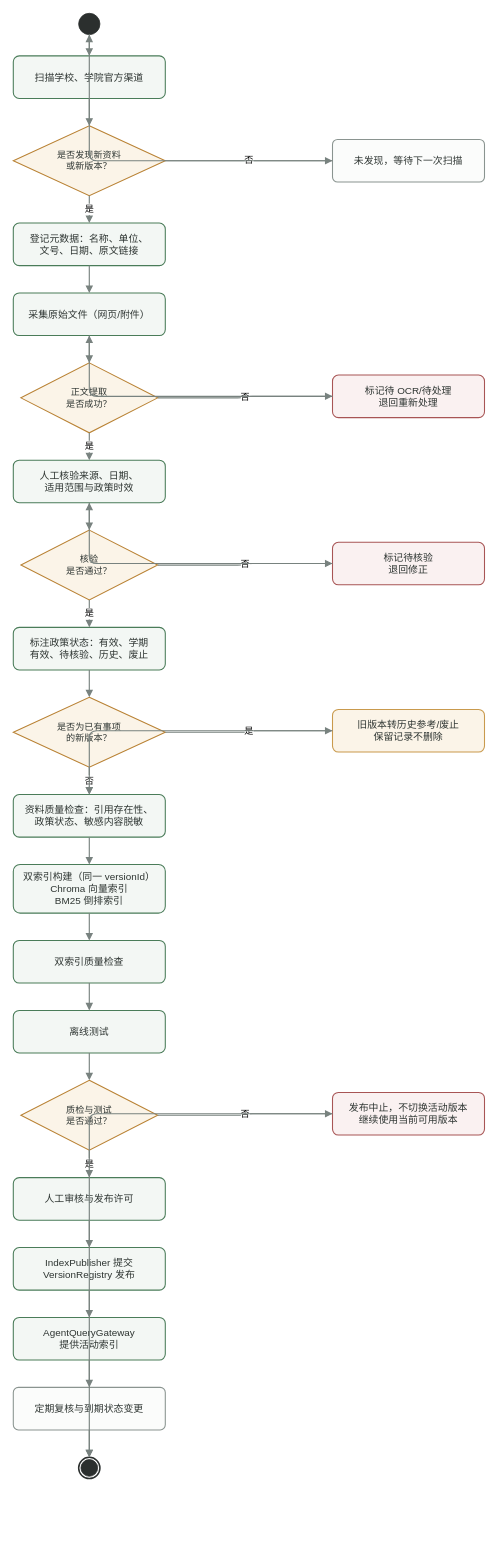
The draw.io diagram docs/assignment-02/system-design/diagrams/business-process/知识库维护业务流程_v1.drawio in yz-Yezi-Genm/CodeMind-FZU, before the edit. Source tidied: cells renumbered, new cells numbered last; positions are measured from the earlier drawing's top-left corner, leaving out a move shared by most shapes. Both pictures are drawn from the tidied source at 76%, with x=0, y=0 at pixel (13, 13).
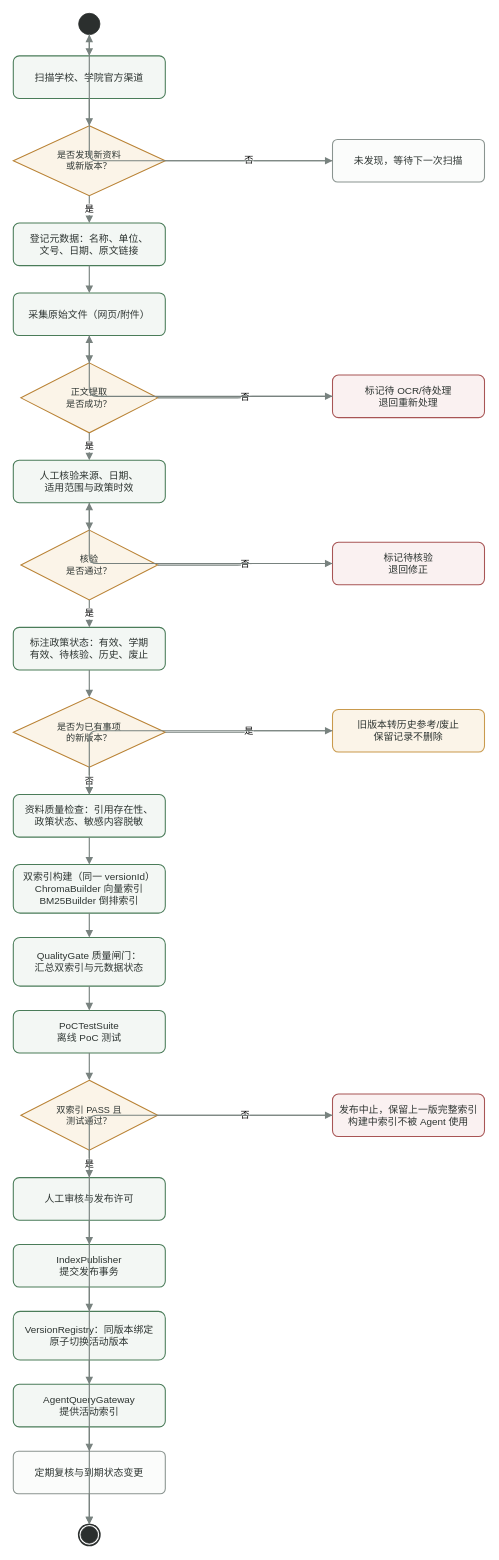
The same page after the edit.

Unchanged cells that the change refers to:
```xml
<mxCell id="22" value="人工审核与发布许可" style="rounded=1;whiteSpace=wrap;html=1;arcSize=14;fillColor=#f3f7f4;strokeColor=#4a7c59;fontColor=#2e3532;fontSize=13;strokeWidth=1.4;" parent="1" vertex="1">
  <mxGeometry y="1532" width="200" height="56" as="geometry" />
</mxCell>
```

Change to the diagram source:
```diff
@@
-    <mxCell id="17" value="双索引构建（同一 versionId）&#10;Chroma 向量索引&#10;BM25 倒排索引" style="rounded=1;whiteSpace=wrap;html=1;arcSize=14;fillColor=#f3f7f4;strokeColor=#4a7c59;fontColor=#2e3532;fontSize=13;strokeWidth=1.4;" parent="1" vertex="1">
+    <mxCell id="17" value="双索引构建（同一 versionId）&#10;ChromaBuilder 向量索引&#10;BM25Builder 倒排索引" style="rounded=1;whiteSpace=wrap;html=1;arcSize=14;fillColor=#f3f7f4;strokeColor=#4a7c59;fontColor=#2e3532;fontSize=13;strokeWidth=1.4;" parent="1" vertex="1">
       <mxGeometry y="1120" width="200" height="64" as="geometry" />
     </mxCell>
-    <mxCell id="18" value="双索引质量检查" style="rounded=1;whiteSpace=wrap;html=1;arcSize=14;fillColor=#f3f7f4;strokeColor=#4a7c59;fontColor=#2e3532;fontSize=13;strokeWidth=1.4;" parent="1" vertex="1">
-      <mxGeometry y="1220" width="200" height="56" as="geometry" />
-    </mxCell>
-    <mxCell id="19" value="离线测试" style="rounded=1;whiteSpace=wrap;html=1;arcSize=14;fillColor=#f3f7f4;strokeColor=#4a7c59;fontColor=#2e3532;fontSize=13;strokeWidth=1.4;" parent="1" vertex="1">
-      <mxGeometry y="1312" width="200" height="56" as="geometry" />
-    </mxCell>
-    <mxCell id="20" value="质检与测试&#10;是否通过？" style="rhombus;whiteSpace=wrap;html=1;fillColor=#fbf4e8;strokeColor=#b98234;fontColor=#2e3532;fontSize=12;strokeWidth=1.4;" parent="1" vertex="1">
-      <mxGeometry x="10" y="1404" width="180" height="92" as="geometry" />
-    </mxCell>
+    <mxCell id="57" value="QualityGate 质量闸门：&#10;汇总双索引与元数据状态" style="rounded=1;whiteSpace=wrap;html=1;arcSize=14;fillColor=#f3f7f4;strokeColor=#4a7c59;fontColor=#2e3532;fontSize=13;strokeWidth=1.4;" parent="1" vertex="1">
+      <mxGeometry y="1216" width="200" height="64" as="geometry" />
+    </mxCell>
+    <mxCell id="58" value="PoCTestSuite&#10;离线 PoC 测试" style="rounded=1;whiteSpace=wrap;html=1;arcSize=14;fillColor=#f3f7f4;strokeColor=#4a7c59;fontColor=#2e3532;fontSize=13;strokeWidth=1.4;" parent="1" vertex="1">
+      <mxGeometry y="1312" width="200" height="56" as="geometry" />
+    </mxCell>
+    <mxCell id="59" value="双索引 PASS 且&#10;测试通过？" style="rhombus;whiteSpace=wrap;html=1;fillColor=#fbf4e8;strokeColor=#b98234;fontColor=#2e3532;fontSize=12;strokeWidth=1.4;" parent="1" vertex="1">
+      <mxGeometry x="10" y="1404" width="180" height="92" as="geometry" />
+    </mxCell>
-    <mxCell id="21" value="发布中止，不切换活动版本&#10;继续使用当前可用版本" style="rounded=1;whiteSpace=wrap;html=1;arcSize=14;fillColor=#faf1f1;strokeColor=#a85555;fontColor=#2e3532;fontSize=13;strokeWidth=1.4;" parent="1" vertex="1">
-      <mxGeometry x="420" y="1420" width="200" height="56" as="geometry" />
+    <mxCell id="21" value="发布中止，保留上一版完整索引&#10;构建中索引不被 Agent 使用" style="rounded=1;whiteSpace=wrap;html=1;arcSize=14;fillColor=#faf1f1;strokeColor=#a85555;fontColor=#2e3532;fontSize=13;strokeWidth=1.4;" parent="1" vertex="1">
+      <mxGeometry x="420" y="1422" width="200" height="56" as="geometry" />
     </mxCell>
@@
-    <mxCell id="23" value="IndexPublisher 提交&#10;VersionRegistry 发布" style="rounded=1;whiteSpace=wrap;html=1;arcSize=14;fillColor=#f3f7f4;strokeColor=#4a7c59;fontColor=#2e3532;fontSize=13;strokeWidth=1.4;" parent="1" vertex="1">
-      <mxGeometry y="1624" width="200" height="56" as="geometry" />
+    <mxCell id="23" value="IndexPublisher&#10;提交发布事务" style="rounded=1;whiteSpace=wrap;html=1;arcSize=14;fillColor=#f3f7f4;strokeColor=#4a7c59;fontColor=#2e3532;fontSize=13;strokeWidth=1.4;" parent="1" vertex="1">
+      <mxGeometry y="1620" width="200" height="56" as="geometry" />
     </mxCell>
-    <mxCell id="24" value="AgentQueryGateway&#10;提供活动索引" style="rounded=1;whiteSpace=wrap;html=1;arcSize=14;fillColor=#f3f7f4;strokeColor=#4a7c59;fontColor=#2e3532;fontSize=13;strokeWidth=1.4;" parent="1" vertex="1">
-      <mxGeometry y="1716" width="200" height="56" as="geometry" />
+    <mxCell id="24" value="VersionRegistry：同版本绑定&#10;原子切换活动版本" style="rounded=1;whiteSpace=wrap;html=1;arcSize=14;fillColor=#f3f7f4;strokeColor=#4a7c59;fontColor=#2e3532;fontSize=13;strokeWidth=1.4;" parent="1" vertex="1">
+      <mxGeometry y="1708" width="200" height="64" as="geometry" />
     </mxCell>
+    <mxCell id="60" value="AgentQueryGateway&#10;提供活动索引" style="rounded=1;whiteSpace=wrap;html=1;arcSize=14;fillColor=#f3f7f4;strokeColor=#4a7c59;fontColor=#2e3532;fontSize=13;strokeWidth=1.4;" parent="1" vertex="1">
+      <mxGeometry y="1804" width="200" height="56" as="geometry" />
+    </mxCell>
     <mxCell id="25" value="定期复核与到期状态变更" style="rounded=1;whiteSpace=wrap;html=1;arcSize=12;fillColor=#fbfcfb;strokeColor=#8a9490;fontColor=#2e3532;fontSize=13;strokeWidth=1.4;" parent="1" vertex="1">
-      <mxGeometry y="1808" width="200" height="56" as="geometry" />
+      <mxGeometry y="1892" width="200" height="56" as="geometry" />
     </mxCell>
     <mxCell id="26" style="ellipse;whiteSpace=wrap;html=1;fillColor=#ffffff;strokeColor=#2b2f2e;strokeWidth=2;" parent="1" vertex="1">
-      <mxGeometry x="86" y="1900" width="28" height="28" as="geometry" />
+      <mxGeometry x="86" y="1988" width="28" height="28" as="geometry" />
     </mxCell>
     <mxCell id="27" style="ellipse;whiteSpace=wrap;html=1;fillColor=#2b2f2e;strokeColor=#2b2f2e;" parent="1" vertex="1">
-      <mxGeometry x="89" y="1903" width="22" height="22" as="geometry" />
+      <mxGeometry x="89" y="1991" width="22" height="22" as="geometry" />
     </mxCell>
@@
-    <mxCell id="47" style="edgeStyle=orthogonalEdgeStyle;rounded=1;jettySize=auto;html=1;strokeColor=#78827f;strokeWidth=1.5;dashed=0;endArrow=block;endFill=1;fontSize=12;labelBackgroundColor=#ffffff;" parent="1" edge="1" source="17" target="18">
+    <mxCell id="47" style="edgeStyle=orthogonalEdgeStyle;rounded=1;jettySize=auto;html=1;strokeColor=#78827f;strokeWidth=1.5;dashed=0;endArrow=block;endFill=1;fontSize=12;labelBackgroundColor=#ffffff;" parent="1" edge="1" source="17" target="57">
       <mxGeometry relative="1" as="geometry" />
     </mxCell>
-    <mxCell id="48" style="edgeStyle=orthogonalEdgeStyle;rounded=1;jettySize=auto;html=1;strokeColor=#78827f;strokeWidth=1.5;dashed=0;endArrow=block;endFill=1;fontSize=12;labelBackgroundColor=#ffffff;" parent="1" edge="1" source="18" target="19">
+    <mxCell id="48" style="edgeStyle=orthogonalEdgeStyle;rounded=1;jettySize=auto;html=1;strokeColor=#78827f;strokeWidth=1.5;dashed=0;endArrow=block;endFill=1;fontSize=12;labelBackgroundColor=#ffffff;" parent="1" edge="1" source="57" target="58">
       <mxGeometry relative="1" as="geometry" />
     </mxCell>
-    <mxCell id="49" style="edgeStyle=orthogonalEdgeStyle;rounded=1;jettySize=auto;html=1;strokeColor=#78827f;strokeWidth=1.5;dashed=0;endArrow=block;endFill=1;fontSize=12;labelBackgroundColor=#ffffff;" parent="1" edge="1" source="19" target="20">
+    <mxCell id="49" style="edgeStyle=orthogonalEdgeStyle;rounded=1;jettySize=auto;html=1;strokeColor=#78827f;strokeWidth=1.5;dashed=0;endArrow=block;endFill=1;fontSize=12;labelBackgroundColor=#ffffff;" parent="1" edge="1" source="58" target="59">
       <mxGeometry relative="1" as="geometry" />
     </mxCell>
-    <mxCell id="50" value="是" style="edgeStyle=orthogonalEdgeStyle;rounded=1;jettySize=auto;html=1;strokeColor=#78827f;strokeWidth=1.5;dashed=0;endArrow=block;endFill=1;fontSize=12;labelBackgroundColor=#ffffff;" parent="1" edge="1" source="20" target="22">
+    <mxCell id="50" value="是" style="edgeStyle=orthogonalEdgeStyle;rounded=1;jettySize=auto;html=1;strokeColor=#78827f;strokeWidth=1.5;dashed=0;endArrow=block;endFill=1;fontSize=12;labelBackgroundColor=#ffffff;" parent="1" edge="1" source="59" target="22">
       <mxGeometry relative="1" as="geometry" />
     </mxCell>
-    <mxCell id="51" value="否" style="edgeStyle=orthogonalEdgeStyle;rounded=1;jettySize=auto;html=1;strokeColor=#78827f;strokeWidth=1.5;dashed=0;endArrow=block;endFill=1;fontSize=12;labelBackgroundColor=#ffffff;" parent="1" edge="1" source="20" target="21">
+    <mxCell id="51" value="否" style="edgeStyle=orthogonalEdgeStyle;rounded=1;jettySize=auto;html=1;strokeColor=#78827f;strokeWidth=1.5;dashed=0;endArrow=block;endFill=1;fontSize=12;labelBackgroundColor=#ffffff;" parent="1" edge="1" source="59" target="21">
       <mxGeometry relative="1" as="geometry" />
     </mxCell>
@@
-    <mxCell id="55" style="edgeStyle=orthogonalEdgeStyle;rounded=1;jettySize=auto;html=1;strokeColor=#78827f;strokeWidth=1.5;dashed=0;endArrow=block;endFill=1;fontSize=12;labelBackgroundColor=#ffffff;" parent="1" edge="1" source="24" target="25">
+    <mxCell id="55" style="edgeStyle=orthogonalEdgeStyle;rounded=1;jettySize=auto;html=1;strokeColor=#78827f;strokeWidth=1.5;dashed=0;endArrow=block;endFill=1;fontSize=12;labelBackgroundColor=#ffffff;" parent="1" edge="1" source="24" target="60">
       <mxGeometry relative="1" as="geometry" />
     </mxCell>
-    <mxCell id="56" style="edgeStyle=orthogonalEdgeStyle;rounded=1;jettySize=auto;html=1;strokeColor=#78827f;strokeWidth=1.5;dashed=0;endArrow=block;endFill=1;fontSize=12;labelBackgroundColor=#ffffff;" parent="1" edge="1" source="25" target="26">
+    <mxCell id="56" style="edgeStyle=orthogonalEdgeStyle;rounded=1;jettySize=auto;html=1;strokeColor=#78827f;strokeWidth=1.5;dashed=0;endArrow=block;endFill=1;fontSize=12;labelBackgroundColor=#ffffff;" parent="1" edge="1" source="60" target="25">
       <mxGeometry relative="1" as="geometry" />
     </mxCell>
+    <mxCell id="61" style="edgeStyle=orthogonalEdgeStyle;rounded=1;jettySize=auto;html=1;strokeColor=#78827f;strokeWidth=1.5;dashed=0;endArrow=block;endFill=1;fontSize=12;labelBackgroundColor=#ffffff;" parent="1" edge="1" source="25" target="26">
+      <mxGeometry relative="1" as="geometry" />
+    </mxCell>
```
